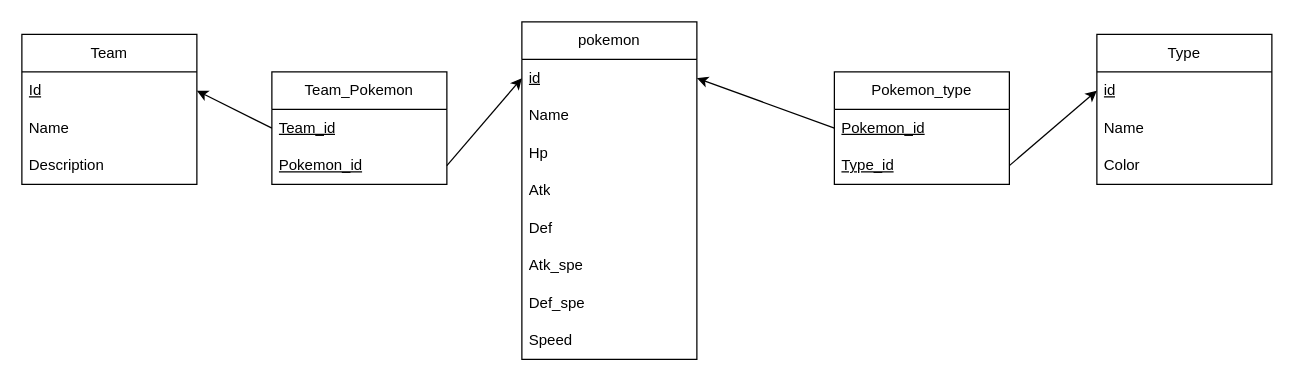
Before: docs/mld/mld.drawio in Redlemon8/pokedex, a draw.io diagram. Source tidied: cells renumbered, new cells numbered last; positions are measured from the earlier drawing's top-left corner, leaving out a move shared by most shapes. Both pictures are drawn from the tidied source at 125%, with x=0, y=0 at pixel (21, 21).
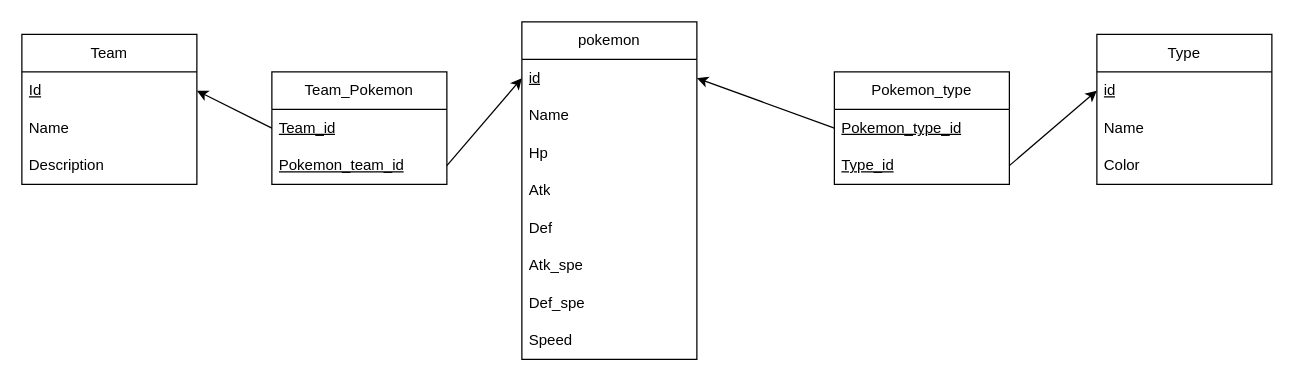
The same diagram, later.

The change refers to these unchanged cells:
```xml
<mxCell id="19" value="Team_Pokemon" style="swimlane;fontStyle=0;horizontal=1;startSize=30;whiteSpace=wrap;html=1;" parent="1" vertex="1">
  <mxGeometry x="200" y="40" width="140" height="90" as="geometry" />
</mxCell>
<mxCell id="24" value="Pokemon_type" style="swimlane;fontStyle=0;horizontal=1;startSize=30;whiteSpace=wrap;html=1;" parent="1" vertex="1">
  <mxGeometry x="650" y="40" width="140" height="90" as="geometry" />
</mxCell>
```

Change to the diagram source:
```diff
@@
-    <mxCell id="21" value="&lt;u&gt;Pokemon_id&lt;/u&gt;" style="text;strokeColor=none;fillColor=none;align=left;verticalAlign=middle;spacingLeft=4;spacingRight=4;overflow=hidden;points=[[0,0.5],[1,0.5]];portConstraint=eastwest;whiteSpace=wrap;html=1;" parent="19" vertex="1">
+    <mxCell id="21" value="&lt;u&gt;Pokemon_team_id&lt;/u&gt;" style="text;strokeColor=none;fillColor=none;align=left;verticalAlign=middle;spacingLeft=4;spacingRight=4;overflow=hidden;points=[[0,0.5],[1,0.5]];portConstraint=eastwest;whiteSpace=wrap;html=1;" parent="19" vertex="1">
       <mxGeometry y="60" width="140" height="30" as="geometry" />
     </mxCell>
@@
-    <mxCell id="25" value="&lt;u&gt;Pokemon_id&lt;/u&gt;" style="text;strokeColor=none;fillColor=none;align=left;verticalAlign=middle;spacingLeft=4;spacingRight=4;overflow=hidden;points=[[0,0.5],[1,0.5]];portConstraint=eastwest;whiteSpace=wrap;html=1;" parent="24" vertex="1">
+    <mxCell id="25" value="&lt;u&gt;Pokemon_type_id&lt;/u&gt;" style="text;strokeColor=none;fillColor=none;align=left;verticalAlign=middle;spacingLeft=4;spacingRight=4;overflow=hidden;points=[[0,0.5],[1,0.5]];portConstraint=eastwest;whiteSpace=wrap;html=1;" parent="24" vertex="1">
       <mxGeometry y="30" width="140" height="30" as="geometry" />
     </mxCell>
```
